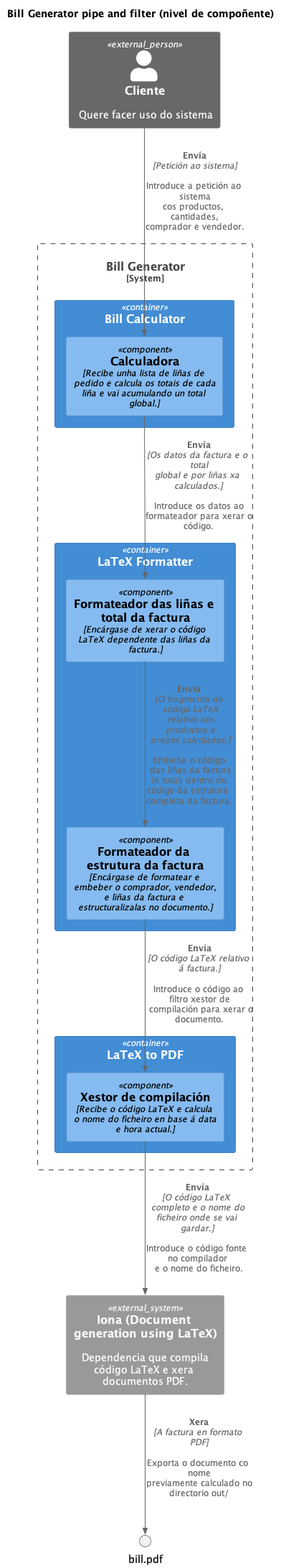
The PlantUML diagram doc/componhente.png in alejandrobujan/simple_bill_generator, before a commit.
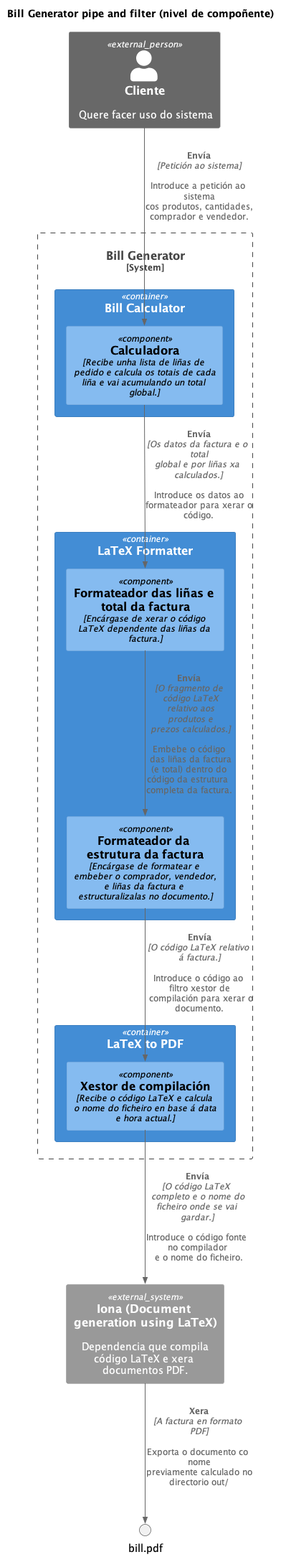
After the commit.

What changed in the source:
```diff
@@ -20,9 +20,9 @@
 System_Ext(latex_to_pdf2, "Iona (Document generation using LaTeX)", "Dependencia que compila código LaTeX e xera documentos PDF.")
 
 
-Rel(client, bill_calculator1, "Envía", "Petición ao sistema", "Introduce a petición ao sistema cos productos, cantidades, comprador e vendedor.")
+Rel(client, bill_calculator1, "Envía", "Petición ao sistema", "Introduce a petición ao sistema cos produtos, cantidades, comprador e vendedor.")
 Rel(bill_calculator1, latex_formatter1, "Envía", "Os datos da factura e o total global e por liñas xa calculados.", "Introduce os datos ao formateador para xerar o código.")
-Rel(latex_formatter1, latex_formatter2, "Envía", "O fragmento de\n código LaTeX\n relativo aos\n productos e\n prezos calculados.", "Embebe o código\n das liñas da factura\n (e total) dentro do código da estrutura completa da factura.")
+Rel(latex_formatter1, latex_formatter2, "Envía", "O fragmento de\n código LaTeX\n relativo aos\n produtos e\n prezos calculados.", "Embebe o código\n das liñas da factura\n (e total) dentro do código da estrutura completa da factura.")
 Rel(latex_formatter2, latex_to_pdf1, "Envía", "O código LaTeX relativo á factura.", "Introduce o código ao filtro xestor de\n compilación para xerar o documento.")
 Rel(latex_to_pdf1, latex_to_pdf2, "Envía", "O código LaTeX completo e o nome do ficheiro onde se vai gardar.", "Introduce o código fonte no compilador\n e o nome do ficheiro.")
 Rel(latex_to_pdf2, bill.pdf, "Xera", "A factura en formato PDF", "Exporta o documento co nome previamente calculado no directorio out/")
```
